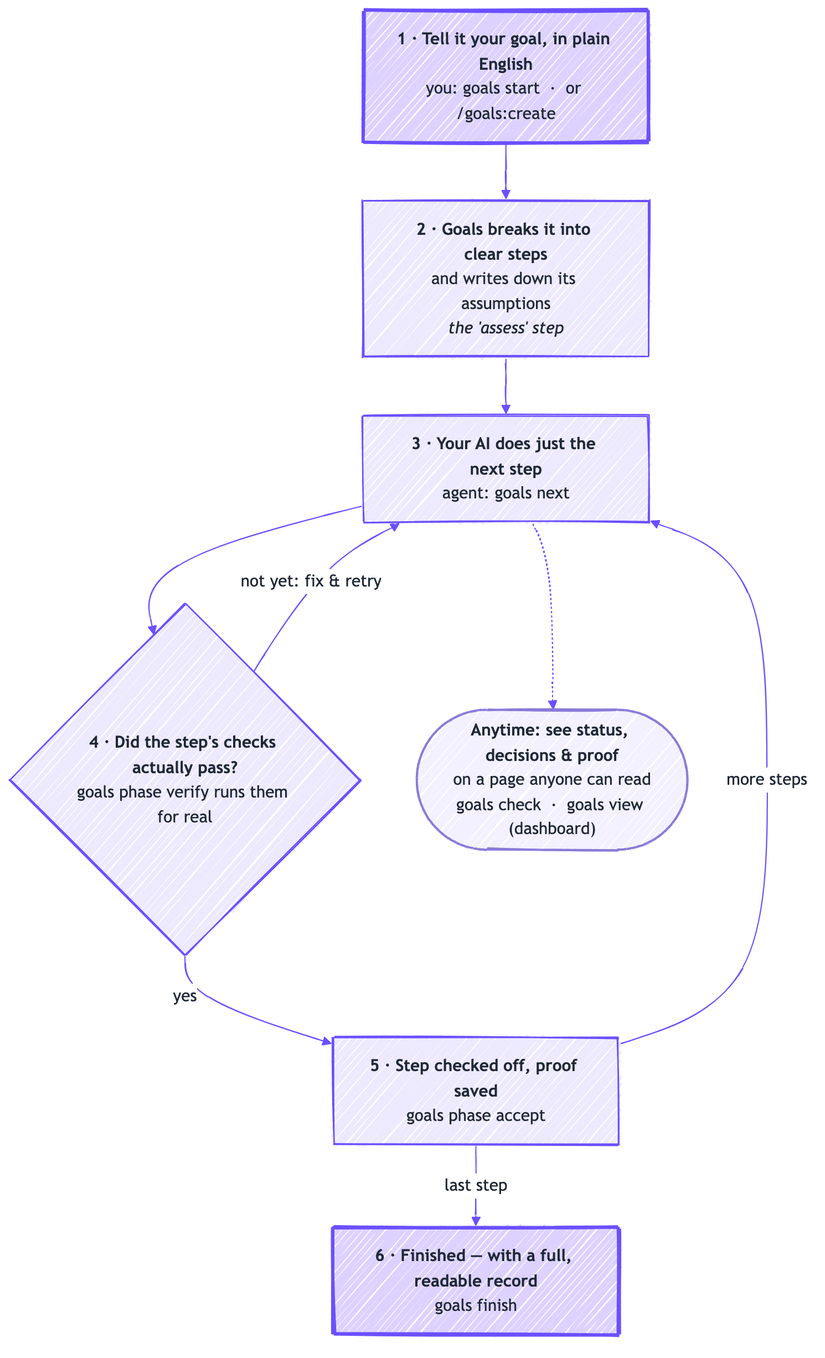
ShivamGupta42/goals keeps this Mermaid diagram as docs/assets/lifecycle.png. Above is the earlier version. Its source is kept beside it as docs/assets/lifecycle.mmd.
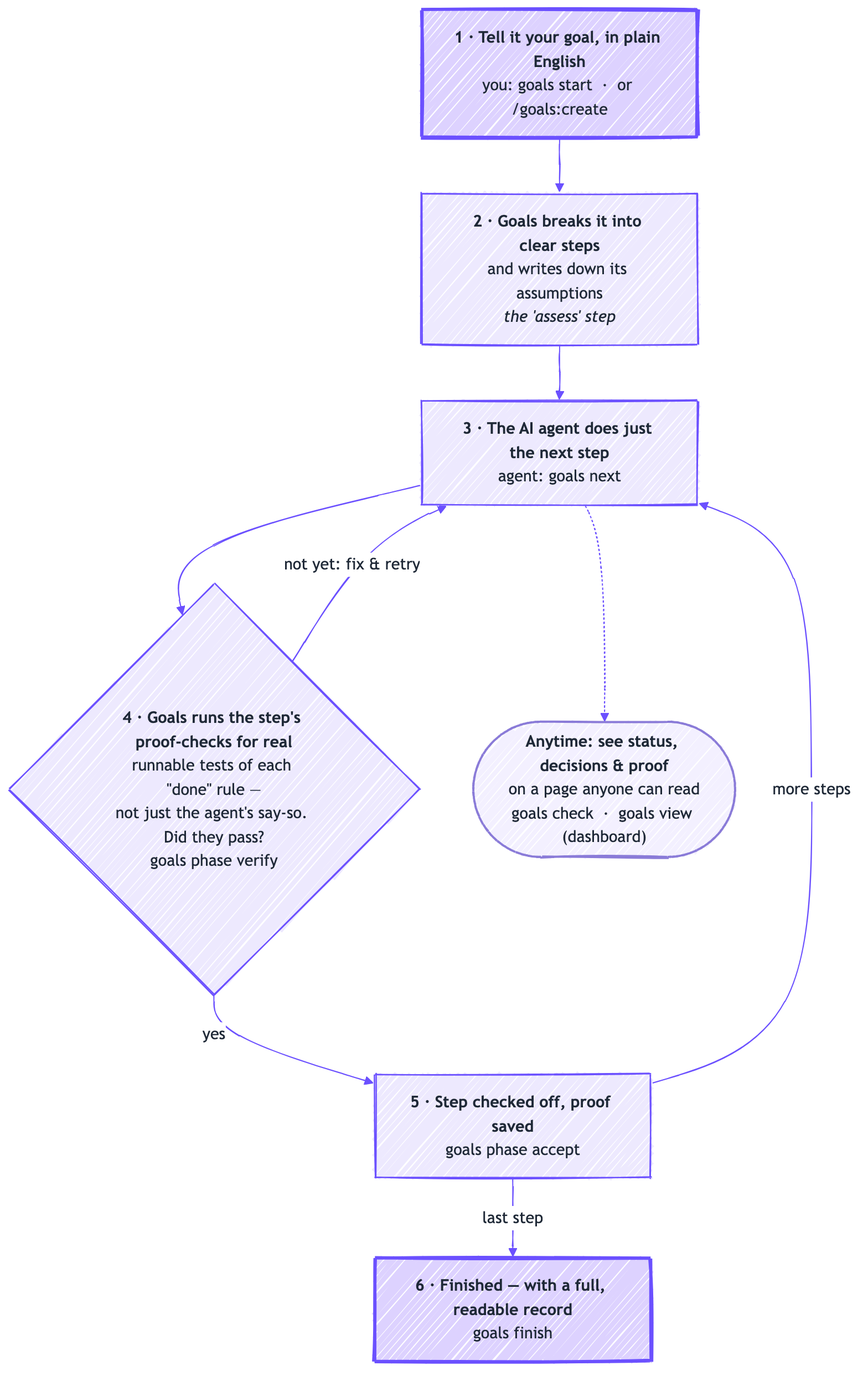
The same diagram one commit later.

Commit message:
docs: clearer diagram wording + generic dashboard screenshot

Change to the diagram source:
```diff
@@ -13,8 +13,8 @@
 flowchart TD
     A["<b>1 · Tell it your goal, in plain English</b><br/>you: goals start  ·  or /goals:create"]
     B["<b>2 · Goals breaks it into clear steps</b><br/>and writes down its assumptions<br/><i>the 'assess' step</i>"]
-    C["<b>3 · Your AI does just the next step</b><br/>agent: goals next"]
-    D{"<b>4 · Did the step's checks actually pass?</b><br/>goals phase verify runs them for real"}
+    C["<b>3 · The AI agent does just the next step</b><br/>agent: goals next"]
+    D{"<b>4 · Goals runs the step's proof-checks for real</b><br/>runnable tests of each &quot;done&quot; rule —<br/>not just the agent's say-so. Did they pass?<br/>goals phase verify"}
     E["<b>5 · Step checked off, proof saved</b><br/>goals phase accept"]
     F["<b>6 · Finished — with a full, readable record</b><br/>goals finish"]
     DASH(["<b>Anytime: see status, decisions &amp; proof</b><br/>on a page anyone can read<br/>goals check  ·  goals view (dashboard)"])
```
